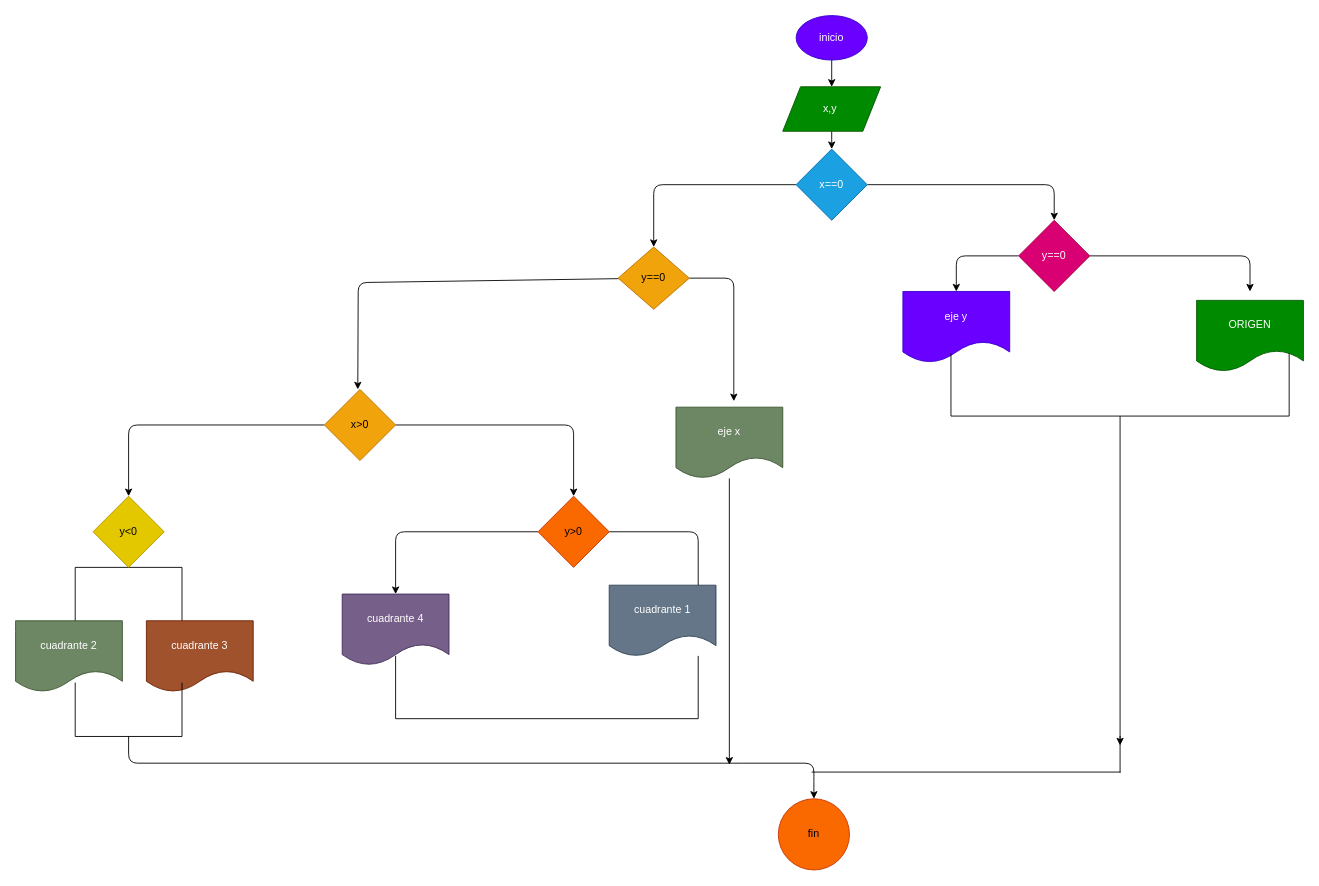
The draw.io diagram ejercicio_1/diagrama.drawio in jefferson5252173/taller_condicionales, before the edit. Source tidied: cells renumbered, new cells numbered last; positions are measured from the earlier drawing's top-left corner, leaving out a move shared by most shapes. Both pictures are drawn from the tidied source at 89%, with x=0, y=0 at pixel (15, 15).
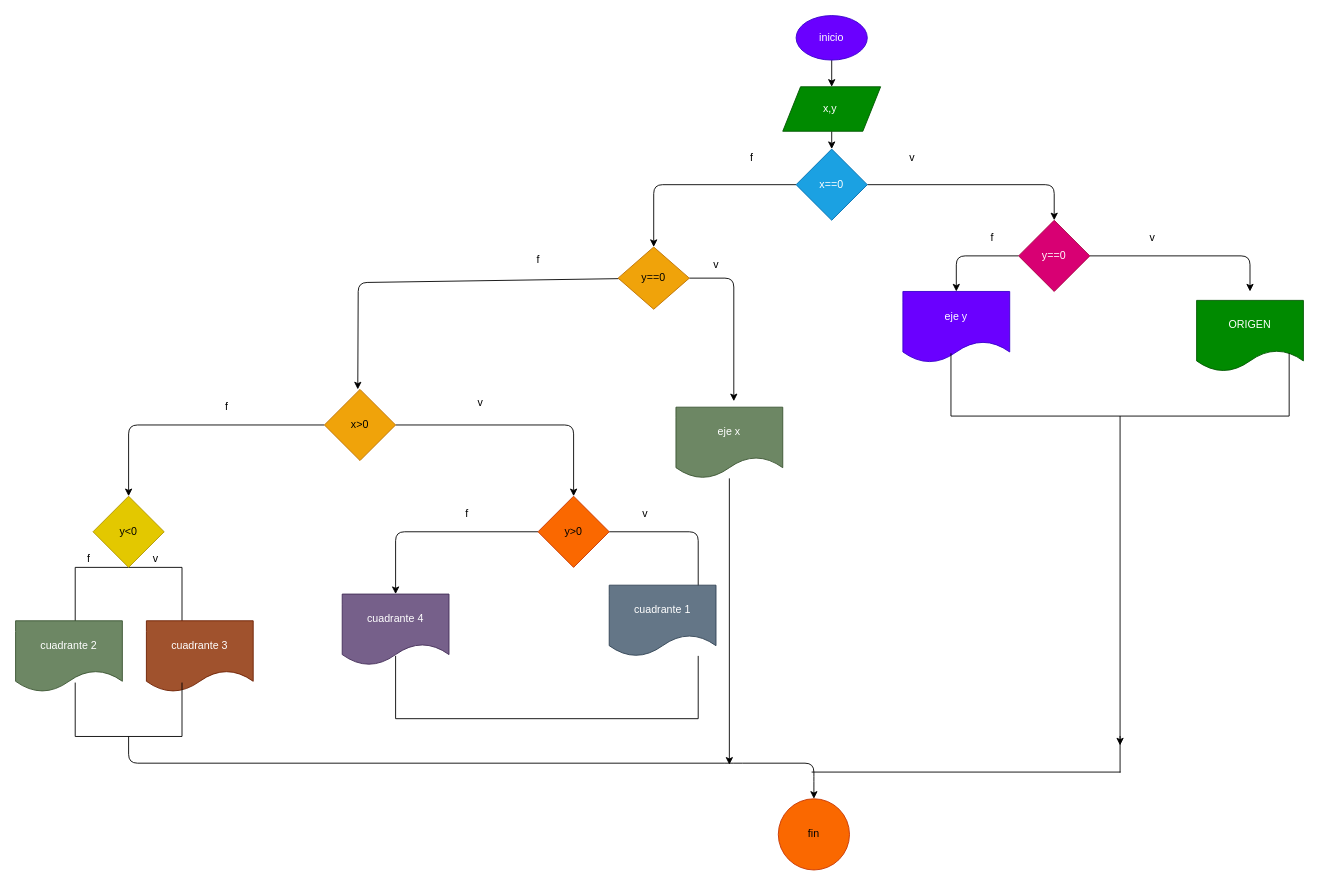
The same diagram, later.

Commit message (it also covers changes not shown here):
se modifico diagrama

Change to the diagram source:
```diff
@@
+    <mxCell id="38" value="v" style="text;html=1;align=center;verticalAlign=middle;strokeColor=none;fillColor=none;" parent="1" vertex="1">
+      <mxGeometry x="992" y="145" width="30" height="30" as="geometry" />
+    </mxCell>
+    <mxCell id="39" value="f" style="text;html=1;align=center;verticalAlign=middle;strokeColor=none;fillColor=none;" parent="1" vertex="1">
+      <mxGeometry x="812" y="145" width="30" height="30" as="geometry" />
+    </mxCell>
+    <mxCell id="40" value="v" style="text;html=1;align=center;verticalAlign=middle;strokeColor=none;fillColor=none;" parent="1" vertex="1">
+      <mxGeometry x="1262" y="235" width="30" height="30" as="geometry" />
+    </mxCell>
+    <mxCell id="41" value="f" style="text;html=1;align=center;verticalAlign=middle;strokeColor=none;fillColor=none;" parent="1" vertex="1">
+      <mxGeometry x="1082" y="235" width="30" height="30" as="geometry" />
+    </mxCell>
+    <mxCell id="42" value="v" style="text;html=1;align=center;verticalAlign=middle;strokeColor=none;fillColor=none;" parent="1" vertex="1">
+      <mxGeometry x="772" y="265" width="30" height="30" as="geometry" />
+    </mxCell>
+    <mxCell id="43" value="f" style="text;html=1;align=center;verticalAlign=middle;strokeColor=none;fillColor=none;" parent="1" vertex="1">
+      <mxGeometry x="572" y="260" width="30" height="30" as="geometry" />
+    </mxCell>
+    <mxCell id="44" value="v" style="text;html=1;align=center;verticalAlign=middle;strokeColor=none;fillColor=none;" parent="1" vertex="1">
+      <mxGeometry x="507" y="420" width="30" height="30" as="geometry" />
+    </mxCell>
+    <mxCell id="45" value="f" style="text;html=1;align=center;verticalAlign=middle;strokeColor=none;fillColor=none;" parent="1" vertex="1">
+      <mxGeometry x="222" y="425" width="30" height="30" as="geometry" />
+    </mxCell>
+    <mxCell id="46" value="v" style="text;html=1;align=center;verticalAlign=middle;strokeColor=none;fillColor=none;" parent="1" vertex="1">
+      <mxGeometry x="692" y="545" width="30" height="30" as="geometry" />
+    </mxCell>
+    <mxCell id="47" value="f" style="text;html=1;align=center;verticalAlign=middle;strokeColor=none;fillColor=none;" parent="1" vertex="1">
+      <mxGeometry x="492" y="545" width="30" height="30" as="geometry" />
+    </mxCell>
+    <mxCell id="48" value="v" style="text;html=1;align=center;verticalAlign=middle;strokeColor=none;fillColor=none;" parent="1" vertex="1">
+      <mxGeometry x="142" y="595" width="30" height="30" as="geometry" />
+    </mxCell>
+    <mxCell id="49" value="f" style="text;html=1;align=center;verticalAlign=middle;strokeColor=none;fillColor=none;" parent="1" vertex="1">
+      <mxGeometry x="67" y="595" width="30" height="30" as="geometry" />
+    </mxCell>
```
